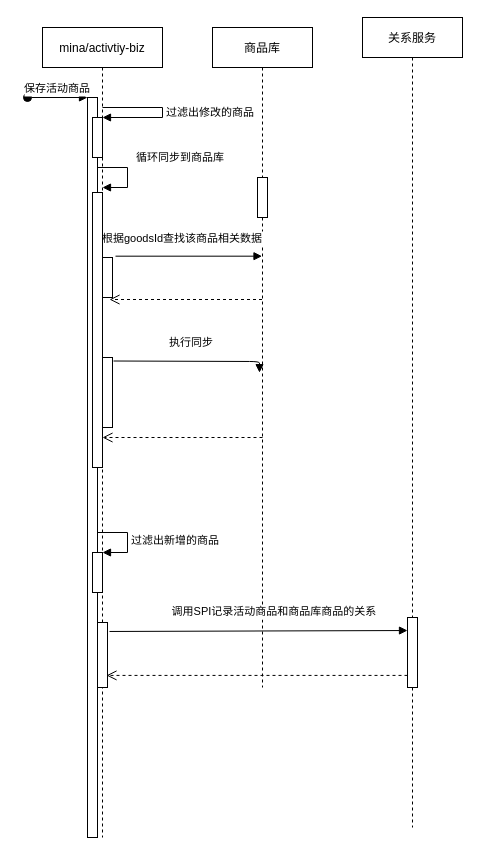
This is Activity-To-Goods.drawio from Luffybaga/draw, a draw.io file, before an edit. Source tidied: cells renumbered, new cells numbered last; positions are measured from the earlier drawing's top-left corner, leaving out a move shared by most shapes. Both pictures are drawn from the tidied source at 100%, with x=0, y=0 at pixel (27, 17).
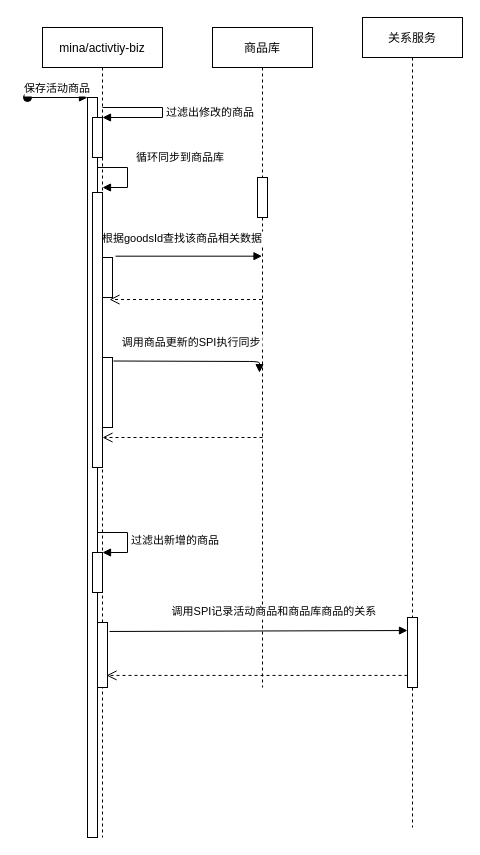
The same diagram, later.

The change refers to these unchanged cells:
```xml
<mxCell id="6" style="html=1;points=[];perimeter=orthogonalPerimeter;" parent="2" vertex="1">
  <mxGeometry x="60" y="330" width="10" height="70" as="geometry" />
</mxCell>
<mxCell id="12" value="商品库" style="shape=umlLifeline;perimeter=lifelinePerimeter;rounded=0;shadow=0;strokeWidth=1;" parent="1" vertex="1">
  <mxGeometry x="185" y="10" width="100" height="660" as="geometry" />
</mxCell>
```

Change to the diagram source:
```diff
@@
-    <mxCell id="20" value="执行同步" style="verticalAlign=bottom;endArrow=block;shadow=0;strokeWidth=1;exitX=1.1;exitY=0.05;exitDx=0;exitDy=0;exitPerimeter=0;entryX=0.47;entryY=0.523;entryDx=0;entryDy=0;entryPerimeter=0;" parent="1" edge="1" source="6" target="12">
+    <mxCell id="20" value="调用商品更新的SPI执行同步" style="verticalAlign=bottom;endArrow=block;shadow=0;strokeWidth=1;exitX=1.1;exitY=0.05;exitDx=0;exitDy=0;exitPerimeter=0;entryX=0.47;entryY=0.523;entryDx=0;entryDy=0;entryPerimeter=0;" parent="1" edge="1" source="6" target="12">
       <mxGeometry x="-0.01" y="10" relative="1" as="geometry">
         <Array as="points">
           <mxPoint x="232" y="344" />
         </Array>
       </mxGeometry>
     </mxCell>
```
